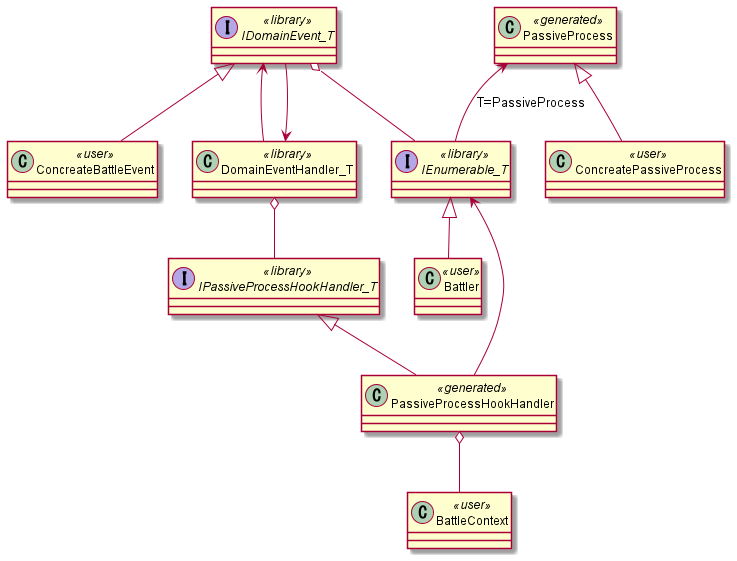
Above: TechDocument/out/Passive/Semantics2.png in NumAniCloud/RpgGenerator (PlantUML), before the change.
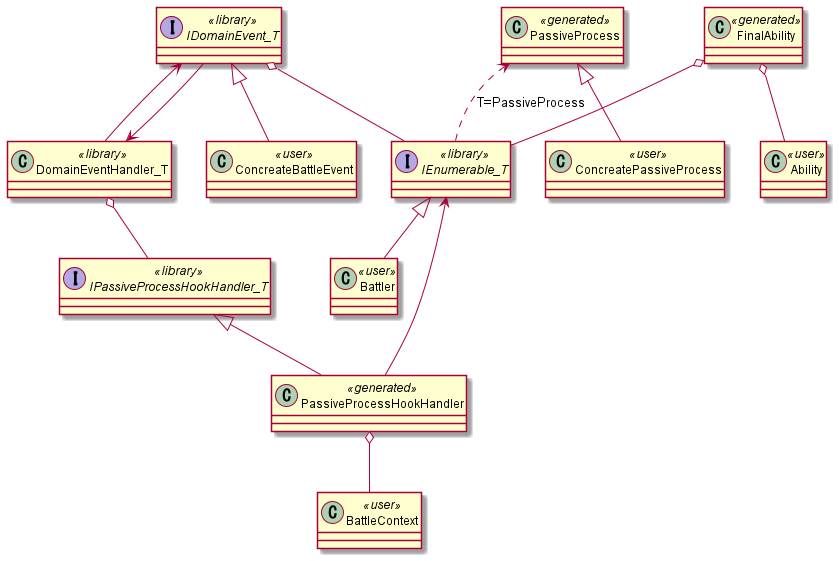
After the change.

Diff of the diagram source:
```diff
@@ -10,6 +10,8 @@
 class ConcreatePassiveProcess <<user>>
 class Battler <<user>>
 class ConcreateBattleEvent <<user>>
+class Ability <<user>>
+class FinalAbility <<generated>>
 
 IDomainEvent_T o-- IEnumerable_T
 DomainEventHandler_T <-- IDomainEvent_T
@@ -17,11 +19,14 @@
 IDomainEvent_T <-- DomainEventHandler_T
 PassiveProcessHookHandler o-- BattleContext
 IEnumerable_T <-- PassiveProcessHookHandler
-PassiveProcess <-- IEnumerable_T : T=PassiveProcess
+PassiveProcess <.. IEnumerable_T : T=PassiveProcess
 
 PassiveProcess <|-- ConcreatePassiveProcess
 IEnumerable_T <|-- Battler
 IDomainEvent_T <|-- ConcreateBattleEvent
 IPassiveProcessHookHandler_T <|-- PassiveProcessHookHandler
 
+FinalAbility o-- IEnumerable_T
+FinalAbility o-- Ability
+
 @enduml
```
